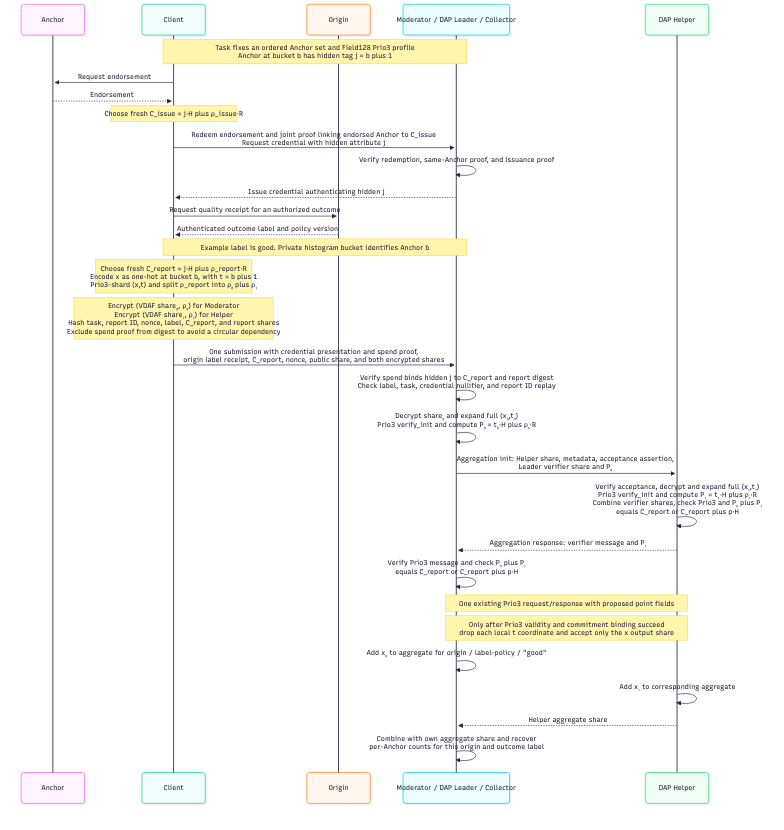
Before: quality-report-sequence.png, a diagram exported from Mermaid (chris-wood/mole-reporting). Its source is kept beside it as quality-report-sequence.mmd.
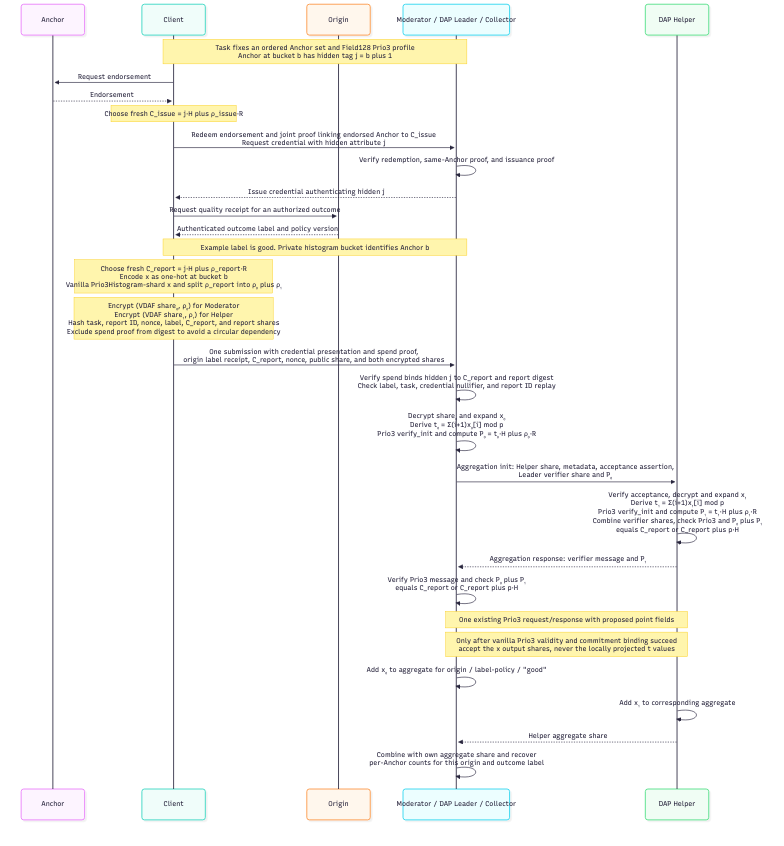
The same file after the commit.

Commit message:
Use vanilla Histogram for Anchor-bound reports

What changed in the source:
```diff
@@ -19,19 +19,19 @@
     O-->>C: Authenticated outcome label and policy version
     Note over C,M: Example label is good. Private histogram bucket identifies Anchor b
 
-    Note over C: Choose fresh C_report = j·H plus ρ_report·R<br/>Encode x as one-hot at bucket b, with t = b plus 1<br/>Prio3-shard (x,t) and split ρ_report into ρ₀ plus ρ₁
+    Note over C: Choose fresh C_report = j·H plus ρ_report·R<br/>Encode x as one-hot at bucket b<br/>Vanilla Prio3Histogram-shard x and split ρ_report into ρ₀ plus ρ₁
     Note over C: Encrypt (VDAF share₀, ρ₀) for Moderator<br/>Encrypt (VDAF share₁, ρ₁) for Helper<br/>Hash task, report ID, nonce, label, C_report, and report shares<br/>Exclude spend proof from digest to avoid a circular dependency
 
     C->>M: One submission with credential presentation and spend proof,<br/>origin label receipt, C_report, nonce, public share, and both encrypted shares
     M->>M: Verify spend binds hidden j to C_report and report digest<br/>Check label, task, credential nullifier, and report ID replay
-    M->>M: Decrypt share₀ and expand full (x₀,t₀)<br/>Prio3 verify_init and compute P₀ = t₀·H plus ρ₀·R
+    M->>M: Decrypt share₀ and expand x₀<br/>Derive t₀ = Σ(i+1)x₀[i] mod p<br/>Prio3 verify_init and compute P₀ = t₀·H plus ρ₀·R
     M->>H: Aggregation init: Helper share, metadata, acceptance assertion,<br/>Leader verifier share and P₀
-    H->>H: Verify acceptance, decrypt and expand full (x₁,t₁)<br/>Prio3 verify_init and compute P₁ = t₁·H plus ρ₁·R<br/>Combine verifier shares, check Prio3 and P₀ plus P₁<br/>equals C_report or C_report plus p·H
+    H->>H: Verify acceptance, decrypt and expand x₁<br/>Derive t₁ = Σ(i+1)x₁[i] mod p<br/>Prio3 verify_init and compute P₁ = t₁·H plus ρ₁·R<br/>Combine verifier shares, check Prio3 and P₀ plus P₁<br/>equals C_report or C_report plus p·H
     H-->>M: Aggregation response: verifier message and P₁
     M->>M: Verify Prio3 message and check P₀ plus P₁<br/>equals C_report or C_report plus p·H
     Note over M,H: One existing Prio3 request/response with proposed point fields
 
-    Note over M,H: Only after Prio3 validity and commitment binding succeed<br/>drop each local t coordinate and accept only the x output share
+    Note over M,H: Only after vanilla Prio3 validity and commitment binding succeed<br/>accept the x output shares, never the locally projected t values
     M->>M: Add x₀ to aggregate for origin / label-policy / "good"
     H->>H: Add x₁ to corresponding aggregate
 
```
